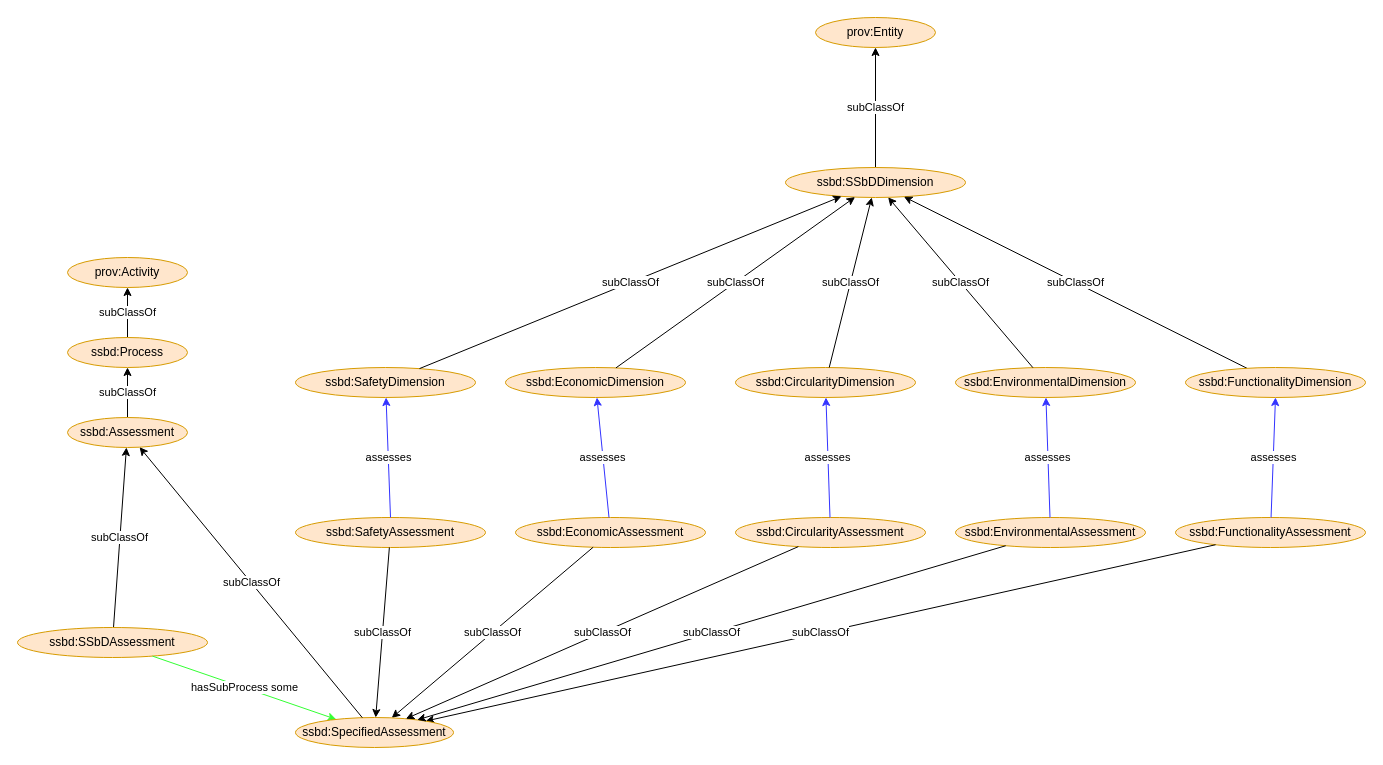
Earlier version of the draw.io diagram page "ssbd" (7 of 7) of docs/figs/figures.drawio (ssbd-ontology/core). Source tidied: cells renumbered, new cells numbered last; positions are measured from the earlier drawing's top-left corner, leaving out a move shared by most shapes. Both pictures are drawn from the tidied source at 100%, with x=0, y=0 at pixel (17, 17).
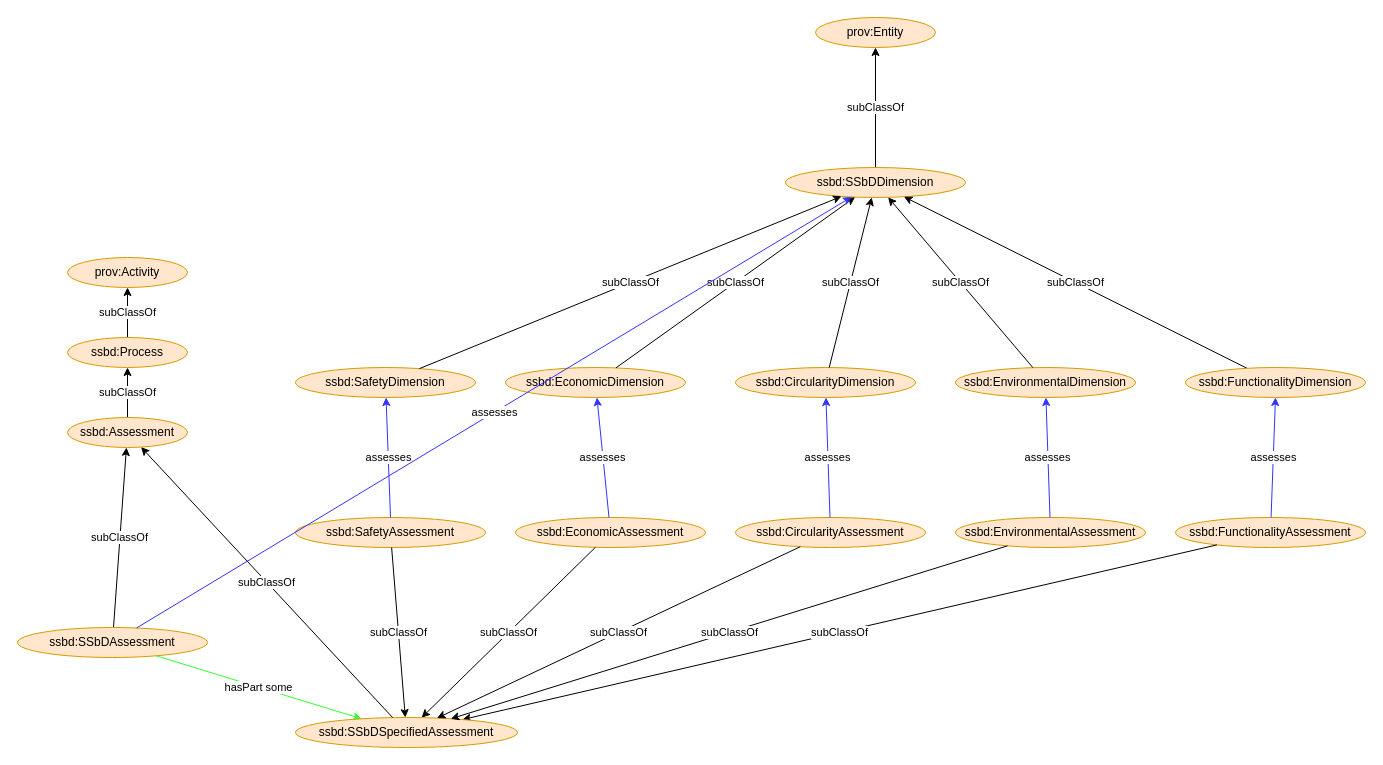
Above is the later version.

Unchanged cells that the change refers to:
```xml
<mxCell id="17" value="ssbd:SSbDAssessment" style="ellipse;whiteSpace=wrap;html=1;fillColor=#ffe6cc;strokeColor=#d79b00;" parent="1" vertex="1">
  <mxGeometry y="610" width="190" height="30" as="geometry" />
</mxCell>
<mxCell id="20" value="ssbd:SSbDDimension" style="ellipse;whiteSpace=wrap;html=1;fillColor=#ffe6cc;strokeColor=#d79b00;" parent="1" vertex="1">
  <mxGeometry x="768" y="150" width="180" height="30" as="geometry" />
</mxCell>
```

Diff of the diagram source:
```diff
@@
-    <mxCell id="18" value="hasSubProcess some" style="rounded=0;jettySize=auto;html=1;strokeColor=#33FF33;" parent="1" edge="1" source="17" target="36">
+    <mxCell id="18" value="hasPart some" style="rounded=0;jettySize=auto;html=1;strokeColor=#33FF33;" parent="1" edge="1" source="17" target="36">
       <mxGeometry relative="1" as="geometry" />
     </mxCell>
@@
-    <mxCell id="36" value="ssbd:SpecifiedAssessment" style="ellipse;whiteSpace=wrap;html=1;fillColor=#ffe6cc;strokeColor=#d79b00;" parent="1" vertex="1">
-      <mxGeometry x="278" y="700" width="158" height="30" as="geometry" />
+    <mxCell id="36" value="ssbd:SSbDSpecifiedAssessment" style="ellipse;whiteSpace=wrap;html=1;fillColor=#ffe6cc;strokeColor=#d79b00;" parent="1" vertex="1">
+      <mxGeometry x="278" y="700" width="222" height="30" as="geometry" />
     </mxCell>
@@
+    <mxCell id="40" value="assesses" style="rounded=0;jettySize=auto;html=1;strokeColor=#3333FF;fillColor=#FF0080;endArrow=none;endFill=0;startArrow=classic;startFill=1;" parent="1" edge="1" source="20" target="17">
+      <mxGeometry relative="1" as="geometry" />
+    </mxCell>
```
